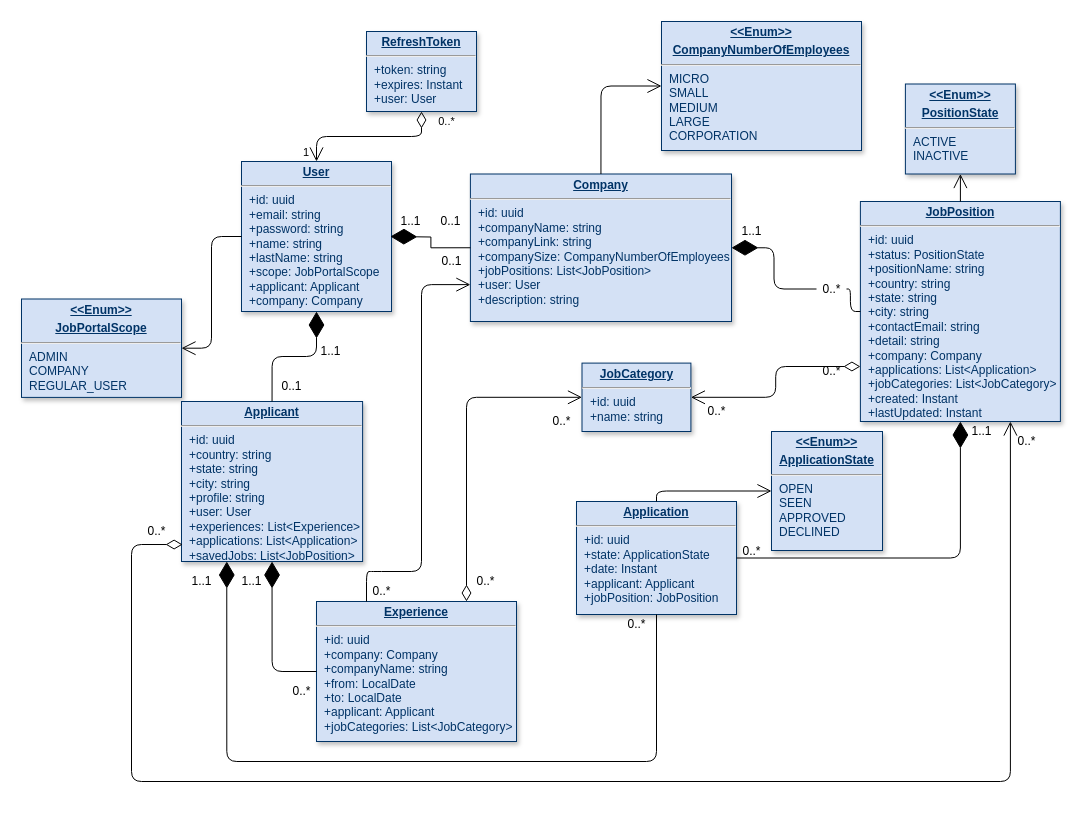
Before: diagrams/Class.drawio in BUTAJI9l-IT/job-portal, a draw.io diagram. Source tidied: cells renumbered, new cells numbered last; positions are measured from the earlier drawing's top-left corner, leaving out a move shared by most shapes. Both pictures are drawn from the tidied source at 100%, with x=0, y=0 at pixel (21, 21).
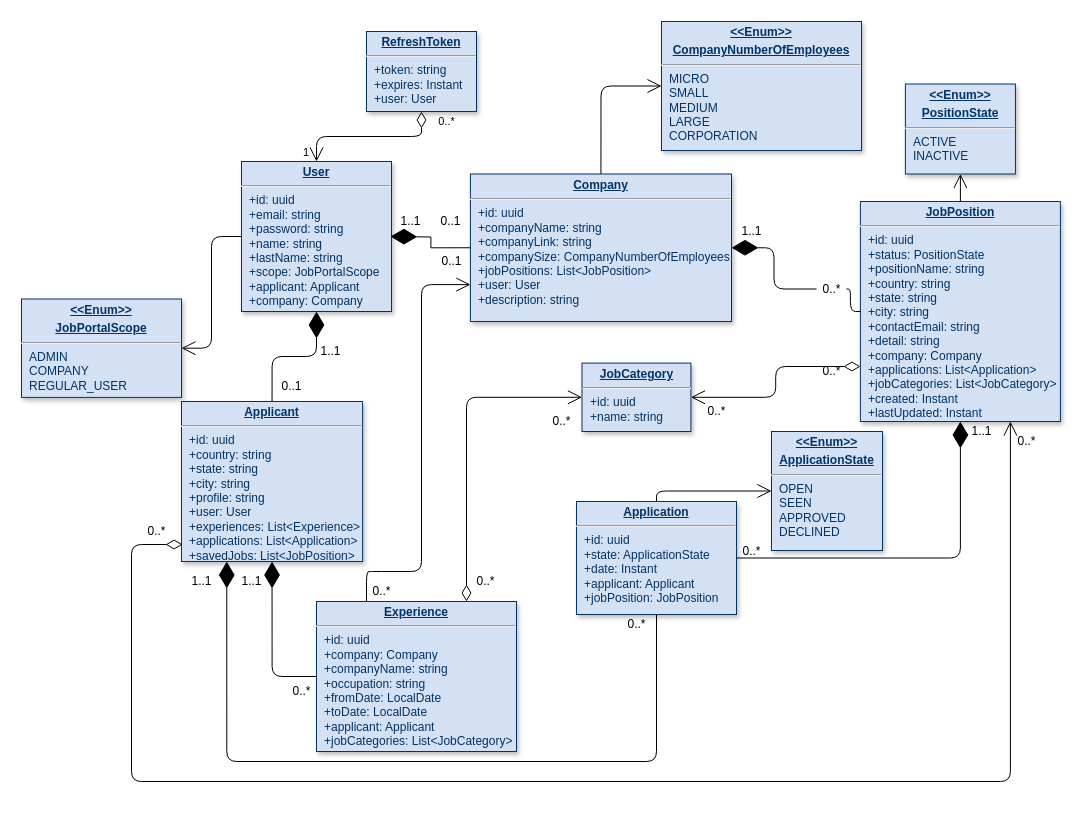
After the change.

Change to the diagram source:
```diff
@@
-    <mxCell id="10" value="&lt;p style=&quot;margin: 0px; margin-top: 4px; text-align: center; text-decoration: underline;&quot;&gt;&lt;strong&gt;Experience&lt;/strong&gt;&lt;/p&gt;&lt;hr&gt;&lt;p style=&quot;margin: 0px; margin-left: 8px;&quot;&gt;+id: uuid&lt;/p&gt;&lt;p style=&quot;margin: 0px; margin-left: 8px;&quot;&gt;+company: Company&lt;/p&gt;&lt;p style=&quot;margin: 0px; margin-left: 8px;&quot;&gt;+companyName: string&lt;/p&gt;&lt;p style=&quot;margin: 0px; margin-left: 8px;&quot;&gt;+from: LocalDate&lt;/p&gt;&lt;p style=&quot;margin: 0px; margin-left: 8px;&quot;&gt;+to: LocalDate&lt;/p&gt;&lt;p style=&quot;margin: 0px; margin-left: 8px;&quot;&gt;+applicant: Applicant&lt;/p&gt;&lt;p style=&quot;margin: 0px; margin-left: 8px;&quot;&gt;+jobCategories: List&amp;lt;JobCategory&amp;gt;&lt;/p&gt;" style="verticalAlign=top;align=left;overflow=fill;fontSize=12;fontFamily=Helvetica;html=1;strokeColor=#003366;shadow=1;fillColor=#D4E1F5;fontColor=#003366;" parent="1" vertex="1">
-      <mxGeometry x="295" y="580" width="200" height="140" as="geometry" />
+    <mxCell id="10" value="&lt;p style=&quot;margin: 0px; margin-top: 4px; text-align: center; text-decoration: underline;&quot;&gt;&lt;strong&gt;Experience&lt;/strong&gt;&lt;/p&gt;&lt;hr&gt;&lt;p style=&quot;margin: 0px; margin-left: 8px;&quot;&gt;+id: uuid&lt;/p&gt;&lt;p style=&quot;margin: 0px; margin-left: 8px;&quot;&gt;+company: Company&lt;/p&gt;&lt;p style=&quot;margin: 0px; margin-left: 8px;&quot;&gt;+companyName: string&lt;/p&gt;&lt;p style=&quot;margin: 0px; margin-left: 8px;&quot;&gt;+occupation: string&lt;/p&gt;&lt;p style=&quot;margin: 0px; margin-left: 8px;&quot;&gt;+fromDate&lt;span style=&quot;background-color: initial;&quot;&gt;: LocalDate&lt;/span&gt;&lt;/p&gt;&lt;p style=&quot;margin: 0px; margin-left: 8px;&quot;&gt;+toDate: LocalDate&lt;/p&gt;&lt;p style=&quot;margin: 0px; margin-left: 8px;&quot;&gt;+applicant: Applicant&lt;/p&gt;&lt;p style=&quot;margin: 0px; margin-left: 8px;&quot;&gt;+jobCategories: List&amp;lt;JobCategory&amp;gt;&lt;/p&gt;" style="verticalAlign=top;align=left;overflow=fill;fontSize=12;fontFamily=Helvetica;html=1;strokeColor=#003366;shadow=1;fillColor=#D4E1F5;fontColor=#003366;" parent="1" vertex="1">
+      <mxGeometry x="295" y="580" width="200" height="150" as="geometry" />
     </mxCell>
```
